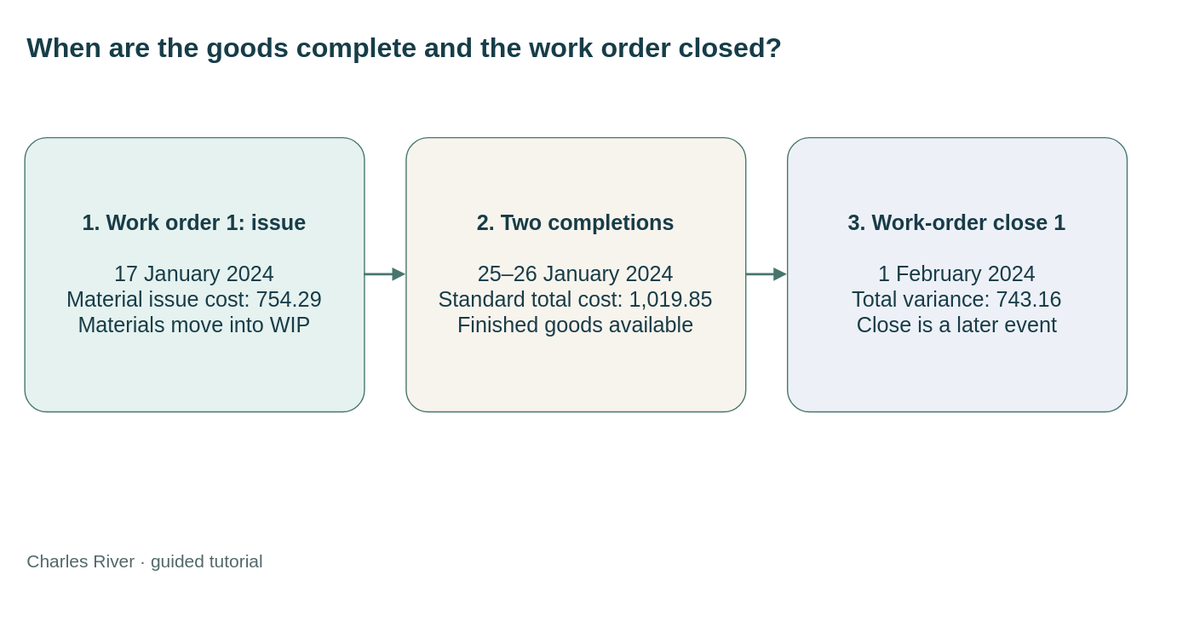
Above: static/diagrams/tutorials/manufacturing-cost-flow.svg in mmcodesso/CharlesRiver_Database (draw.io), before the change. Source tidied: cells renumbered, new cells last; positions are measured from the earlier drawing's top-left corner, leaving out a move shared by most shapes.
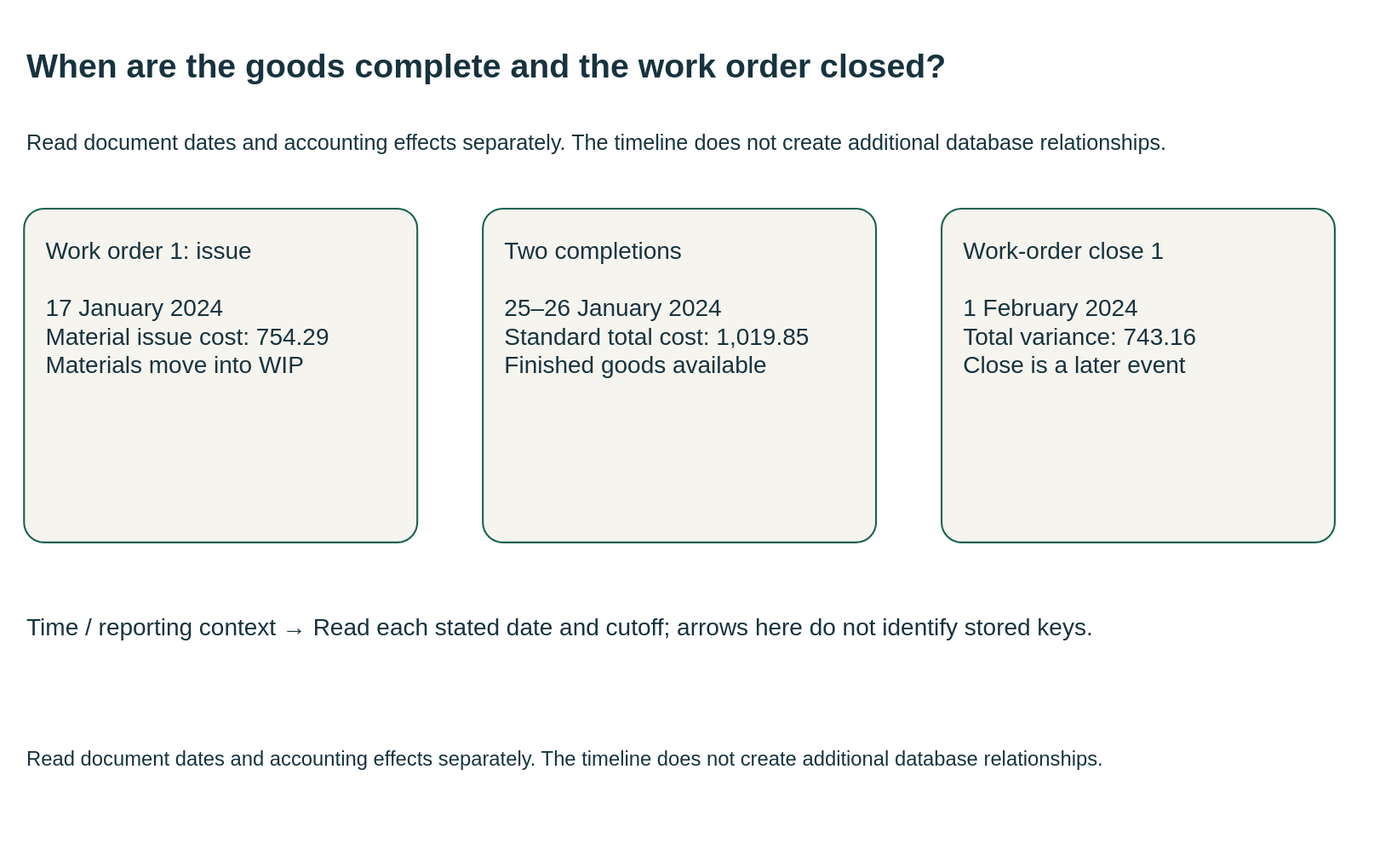
Later version of the same file.

Diff of the diagram source:
```diff
@@ -1,27 +1,27 @@
-<mxGraphModel>
+<mxGraphModel background="#FFFFFF">
   <root>
     <mxCell id="0" />
     <mxCell id="1" parent="0" />
-    <mxCell id="2" value="When are the goods complete and the work order closed?" style="text;html=0;whiteSpace=wrap;fontSize=23;fontStyle=1;fontColor=#163d48;align=left;" parent="1" vertex="1">
-      <mxGeometry width="920" height="60" as="geometry" />
+    <mxCell id="2" value="When are the goods complete and the work order closed?" style="html=0;fontFamily=Arial;fontSize=20;fontColor=#17333e;strokeColor=#196252;strokeWidth=1.5;whiteSpace=wrap;text;strokeColor=none;fillColor=none;align=left;verticalAlign=middle;fontSize=28;fontStyle=1;" parent="1" vertex="1">
+      <mxGeometry width="1110" height="70" as="geometry" />
     </mxCell>
+    <mxCell id="9" value="Read document dates and accounting effects separately. The timeline does not create additional database relationships." style="html=0;fontFamily=Arial;fontSize=20;fontColor=#17333e;strokeColor=#196252;strokeWidth=1.5;whiteSpace=wrap;text;strokeColor=none;fillColor=none;align=left;verticalAlign=middle;fontSize=18;fontStyle=0;" parent="1" vertex="1">
+      <mxGeometry y="72" width="1110" height="55" as="geometry" />
+    </mxCell>
-    <mxCell id="3" value="&lt;b&gt;1. Work order 1: issue&lt;/b&gt;&lt;br&gt;&lt;br&gt;17 January 2024&lt;br&gt;Material issue cost: 754.29&lt;br&gt;Materials move into WIP" style="rounded=1;whiteSpace=wrap;html=1;fillColor=#e5f2ef;strokeColor=#48766e;fontColor=#183c48;fontSize=18;spacing=15;arcSize=8;" parent="1" vertex="1">
-      <mxGeometry y="95" width="285" height="230" as="geometry" />
+    <mxCell id="3" value="Work order 1: issue&#10;&#10;17 January 2024&#10;Material issue cost: 754.29&#10;Materials move into WIP" style="html=0;fontFamily=Arial;fontSize=20;fontColor=#17333e;strokeColor=#196252;strokeWidth=1.5;whiteSpace=wrap;rounded=1;arcSize=6;fillColor=#f6f4ee;align=left;verticalAlign=top;spacing=18;" parent="1" vertex="1">
+      <mxGeometry y="155" width="330" height="280" as="geometry" />
     </mxCell>
-    <mxCell id="4" value="&lt;b&gt;2. Two completions&lt;/b&gt;&lt;br&gt;&lt;br&gt;25–26 January 2024&lt;br&gt;Standard total cost: 1,019.85&lt;br&gt;Finished goods available" style="rounded=1;whiteSpace=wrap;html=1;fillColor=#f7f4ed;strokeColor=#48766e;fontColor=#183c48;fontSize=18;spacing=15;arcSize=8;" parent="1" vertex="1">
-      <mxGeometry x="320" y="95" width="285" height="230" as="geometry" />
+    <mxCell id="4" value="Two completions&#10;&#10;25–26 January 2024&#10;Standard total cost: 1,019.85&#10;Finished goods available" style="html=0;fontFamily=Arial;fontSize=20;fontColor=#17333e;strokeColor=#196252;strokeWidth=1.5;whiteSpace=wrap;rounded=1;arcSize=6;fillColor=#f6f4ee;align=left;verticalAlign=top;spacing=18;" parent="1" vertex="1">
+      <mxGeometry x="385" y="155" width="330" height="280" as="geometry" />
     </mxCell>
-    <mxCell id="5" value="&lt;b&gt;3. Work-order close 1&lt;/b&gt;&lt;br&gt;&lt;br&gt;1 February 2024&lt;br&gt;Total variance: 743.16&lt;br&gt;Close is a later event" style="rounded=1;whiteSpace=wrap;html=1;fillColor=#edf1f7;strokeColor=#48766e;fontColor=#183c48;fontSize=18;spacing=15;arcSize=8;" parent="1" vertex="1">
-      <mxGeometry x="640" y="95" width="285" height="230" as="geometry" />
+    <mxCell id="5" value="Work-order close 1&#10;&#10;1 February 2024&#10;Total variance: 743.16&#10;Close is a later event" style="html=0;fontFamily=Arial;fontSize=20;fontColor=#17333e;strokeColor=#196252;strokeWidth=1.5;whiteSpace=wrap;rounded=1;arcSize=6;fillColor=#f6f4ee;align=left;verticalAlign=top;spacing=18;" parent="1" vertex="1">
+      <mxGeometry x="770" y="155" width="330" height="280" as="geometry" />
     </mxCell>
-    <mxCell id="6" style="edgeStyle=orthogonalEdgeStyle;rounded=0;html=0;strokeColor=#48766e;strokeWidth=2;endArrow=block;endFill=1;exitX=1;exitY=0.5;entryX=0;entryY=0.5;" parent="1" edge="1" source="3" target="4">
-      <mxGeometry relative="1" as="geometry" />
-    </mxCell>
-    <mxCell id="7" style="edgeStyle=orthogonalEdgeStyle;rounded=0;html=0;strokeColor=#48766e;strokeWidth=2;endArrow=block;endFill=1;exitX=1;exitY=0.5;entryX=0;entryY=0.5;" parent="1" edge="1" source="4" target="5">
-      <mxGeometry relative="1" as="geometry" />
-    </mxCell>
+    <mxCell id="10" value="Time / reporting context →     Read each stated date and cutoff; arrows here do not identify stored keys." style="html=0;fontFamily=Arial;fontSize=20;fontColor=#17333e;strokeColor=#196252;strokeWidth=1.5;whiteSpace=wrap;text;strokeColor=none;fillColor=none;align=left;verticalAlign=middle;fontSize=20;fontStyle=0;" parent="1" vertex="1">
+      <mxGeometry y="475" width="1100" height="60" as="geometry" />
+    </mxCell>
-    <mxCell id="8" value="Charles River · guided tutorial" style="text;html=0;fontColor=#526869;fontSize=15;align=left;" parent="1" vertex="1">
-      <mxGeometry y="435" width="920" height="30" as="geometry" />
+    <mxCell id="8" value="Read document dates and accounting effects separately. The timeline does not create additional database relationships." style="html=0;fontFamily=Arial;fontSize=20;fontColor=#17333e;strokeColor=#196252;strokeWidth=1.5;whiteSpace=wrap;text;strokeColor=none;fillColor=none;align=left;verticalAlign=middle;fontSize=17;fontStyle=0;" parent="1" vertex="1">
+      <mxGeometry y="587" width="1110" height="60" as="geometry" />
     </mxCell>
   </root>
 </mxGraphModel>
```
